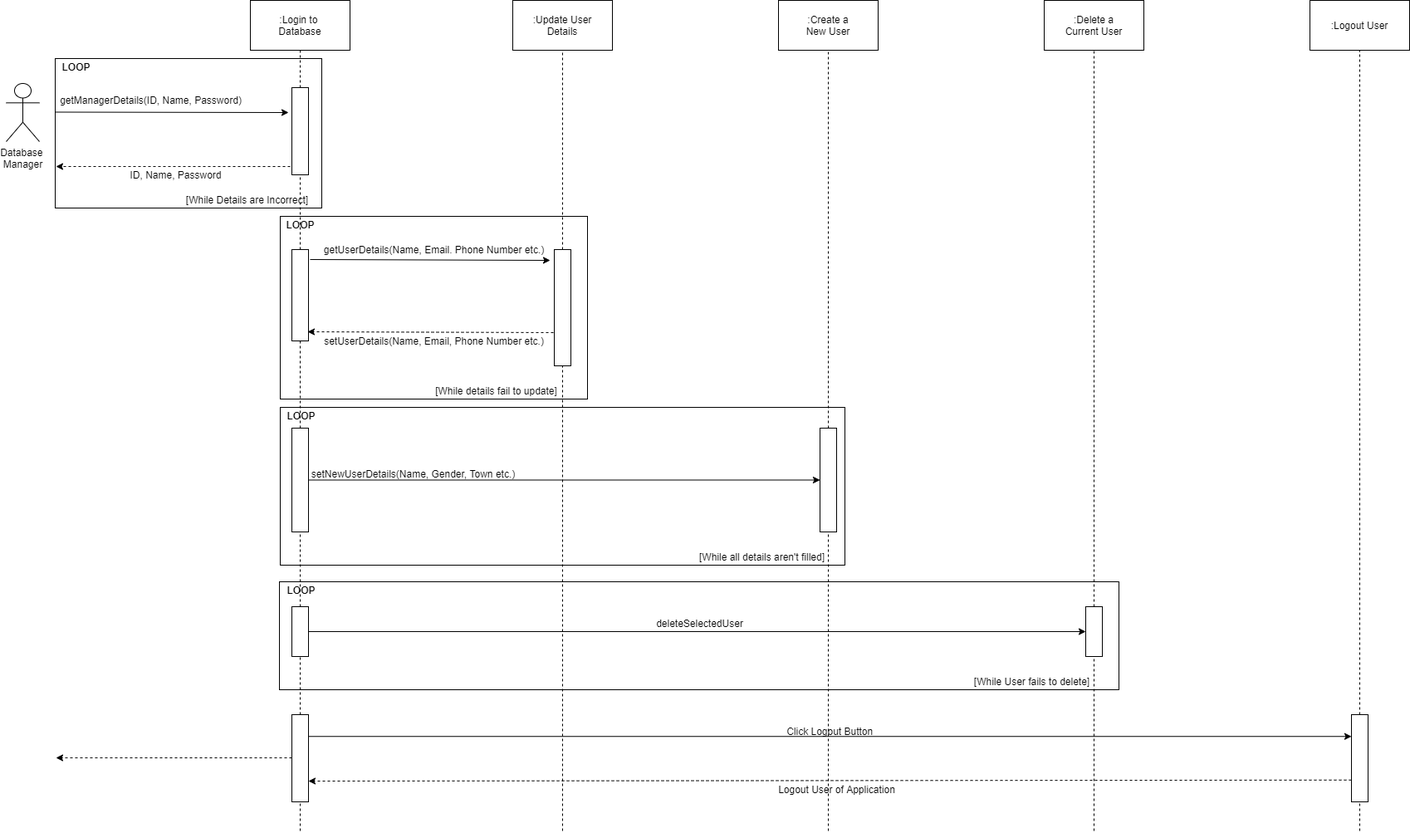
The draw.io diagram UML Diagrams/Sequence Diagram - Database Manager.png in caleb-long19/Facebook_Database_Manager, before a commit. Source tidied: cells renumbered, new cells last; positions are measured from the earlier drawing's top-left corner, leaving out a move shared by most shapes.
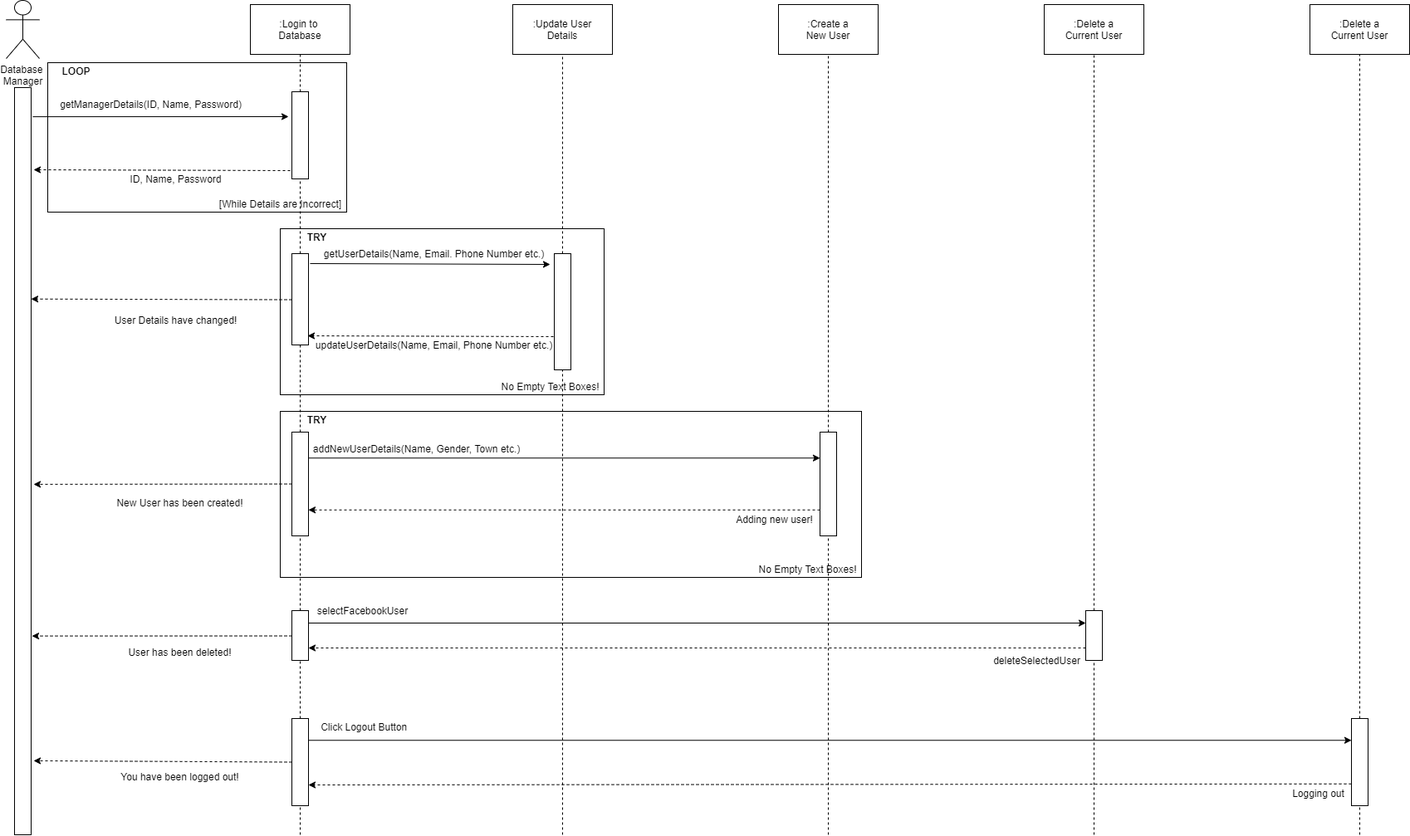
After the change.

Change to the diagram source:
```diff
@@ -2,21 +2,14 @@
   <root>
     <mxCell id="0" />
     <mxCell id="1" parent="0" />
-    <mxCell id="2" style="rounded=0;whiteSpace=wrap;html=1;fillColor=none;" parent="1" vertex="1">
-      <mxGeometry x="330" y="260" width="370" height="220" as="geometry" />
-    </mxCell>
-    <mxCell id="3" style="rounded=0;whiteSpace=wrap;html=1;fillColor=none;" parent="1" vertex="1">
-      <mxGeometry x="329" y="700" width="1011" height="130" as="geometry" />
-    </mxCell>
     <mxCell id="4" style="rounded=0;whiteSpace=wrap;html=1;fillColor=none;" parent="1" vertex="1">
-      <mxGeometry x="59" y="70" width="321" height="180" as="geometry" />
+      <mxGeometry x="50" y="70" width="360" height="180" as="geometry" />
     </mxCell>
     <mxCell id="5" value="Database &lt;br&gt;Manager" style="shape=umlActor;verticalLabelPosition=bottom;labelBackgroundColor=#ffffff;verticalAlign=top;html=1;" parent="1" vertex="1">
-      <mxGeometry y="100" width="40" height="70" as="geometry" />
+      <mxGeometry y="-5" width="40" height="70" as="geometry" />
     </mxCell>
-    <mxCell id="6" style="endArrow=classic;html=1;" parent="1" edge="1">
+    <mxCell id="6" style="endArrow=classic;html=1;exitX=1.1;exitY=0.039;exitDx=0;exitDy=0;exitPerimeter=0;" parent="1" edge="1" source="73">
       <mxGeometry relative="1" as="geometry">
-        <mxPoint x="60" y="134.5" as="sourcePoint" />
         <mxPoint x="340" y="135" as="targetPoint" />
       </mxGeometry>
     </mxCell>
@@ -29,10 +22,8 @@
     <mxCell id="9" value="getManagerDetails(ID, Name, Password)" style="text;html=1;align=center;verticalAlign=middle;" parent="1" vertex="1">
       <mxGeometry x="59" y="110" width="230" height="20" as="geometry" />
     </mxCell>
-    <mxCell id="10" style="endArrow=classic;html=1;dashed=1;exitX=-0.1;exitY=0.905;exitDx=0;exitDy=0;exitPerimeter=0;" parent="1" edge="1" source="14">
-      <mxGeometry relative="1" as="geometry">
-        <mxPoint x="60" y="200" as="targetPoint" />
-      </mxGeometry>
+    <mxCell id="10" style="endArrow=classic;html=1;dashed=1;exitX=-0.1;exitY=0.905;exitDx=0;exitDy=0;exitPerimeter=0;entryX=1.15;entryY=0.11;entryDx=0;entryDy=0;entryPerimeter=0;" parent="1" edge="1" source="14" target="73">
+      <mxGeometry relative="1" as="geometry" />
     </mxCell>
     <mxCell id="11" value="ID, Name, Password" style="text;html=1;align=center;verticalAlign=middle;" parent="1" vertex="1">
       <mxGeometry x="139" y="200" width="130" height="20" as="geometry" />
@@ -41,7 +32,7 @@
       <mxGeometry x="59" y="70" width="50" height="20" as="geometry" />
     </mxCell>
     <mxCell id="13" value="[While Details are Incorrect]" style="text;html=1;align=center;verticalAlign=middle;" parent="1" vertex="1">
-      <mxGeometry x="210" y="230" width="160" height="20" as="geometry" />
+      <mxGeometry x="250" y="230" width="160" height="20" as="geometry" />
     </mxCell>
     <mxCell id="14" style="rounded=0;whiteSpace=wrap;html=1;fillColor=none;" parent="1" vertex="1">
       <mxGeometry x="344" y="105" width="20" height="105" as="geometry" />
@@ -91,17 +82,11 @@
         <mxPoint x="659" y="400" as="sourcePoint" />
       </mxGeometry>
     </mxCell>
-    <mxCell id="28" value="&lt;b&gt;LOOP&lt;/b&gt;" style="text;html=1;align=center;verticalAlign=middle;" parent="1" vertex="1">
-      <mxGeometry x="329" y="260" width="50" height="20" as="geometry" />
-    </mxCell>
-    <mxCell id="29" value="[While details fail to update]" style="text;html=1;align=center;verticalAlign=middle;" parent="1" vertex="1">
-      <mxGeometry x="510" y="460" width="160" height="20" as="geometry" />
-    </mxCell>
     <mxCell id="30" value="getUserDetails(Name, Email. Phone Number etc.)" style="text;html=1;align=center;verticalAlign=middle;" parent="1" vertex="1">
       <mxGeometry x="375" y="290" width="280" height="20" as="geometry" />
     </mxCell>
-    <mxCell id="31" value="setUserDetails(Name, Email, Phone Number etc.)" style="text;html=1;align=center;verticalAlign=middle;" parent="1" vertex="1">
-      <mxGeometry x="375" y="400" width="280" height="20" as="geometry" />
+    <mxCell id="31" value="updateUserDetails(Name, Email, Phone Number etc.)" style="text;html=1;align=center;verticalAlign=middle;" parent="1" vertex="1">
+      <mxGeometry x="365" y="400" width="300" height="20" as="geometry" />
     </mxCell>
     <mxCell id="32" style="rounded=0;whiteSpace=wrap;html=1;fillColor=#ffffff;" parent="1" vertex="1">
       <mxGeometry x="344" y="515" width="20" height="125" as="geometry" />
@@ -117,21 +102,12 @@
         <mxPoint x="990" y="1000" as="sourcePoint" />
       </mxGeometry>
     </mxCell>
-    <mxCell id="36" style="endArrow=classic;html=1;exitX=1;exitY=0.5;exitDx=0;exitDy=0;entryX=0;entryY=0.5;entryDx=0;entryDy=0;" parent="1" edge="1" source="32" target="34">
+    <mxCell id="36" style="endArrow=classic;html=1;exitX=1;exitY=0.25;exitDx=0;exitDy=0;entryX=0;entryY=0.25;entryDx=0;entryDy=0;" parent="1" edge="1" source="32" target="34">
       <mxGeometry relative="1" as="geometry" />
     </mxCell>
-    <mxCell id="37" value="setNewUserDetails(Name, Gender, Town etc.)" style="text;html=1;align=center;verticalAlign=middle;" parent="1" vertex="1">
-      <mxGeometry x="360" y="560" width="260" height="20" as="geometry" />
+    <mxCell id="37" value="addNewUserDetails(Name, Gender, Town etc.)" style="text;html=1;align=center;verticalAlign=middle;" parent="1" vertex="1">
+      <mxGeometry x="364" y="525" width="260" height="20" as="geometry" />
     </mxCell>
-    <mxCell id="38" style="rounded=0;whiteSpace=wrap;html=1;fillColor=none;" parent="1" vertex="1">
-      <mxGeometry x="330" y="490" width="680" height="190" as="geometry" />
-    </mxCell>
-    <mxCell id="39" value="&lt;b&gt;LOOP&lt;/b&gt;" style="text;html=1;align=center;verticalAlign=middle;" parent="1" vertex="1">
-      <mxGeometry x="330" y="490" width="50" height="20" as="geometry" />
-    </mxCell>
-    <mxCell id="40" value="[While all details aren't filled]" style="text;html=1;align=center;verticalAlign=middle;" parent="1" vertex="1">
-      <mxGeometry x="825" y="660" width="170" height="20" as="geometry" />
-    </mxCell>
     <mxCell id="41" style="rounded=0;whiteSpace=wrap;html=1;fillColor=#ffffff;" parent="1" vertex="1">
       <mxGeometry x="1300" y="730" width="20" height="60" as="geometry" />
     </mxCell>
@@ -146,19 +122,13 @@
     <mxCell id="44" style="endArrow=none;dashed=1;html=1;entryX=0.5;entryY=1;entryDx=0;entryDy=0;" parent="1" edge="1" source="51" target="43">
       <mxGeometry relative="1" as="geometry" />
     </mxCell>
-    <mxCell id="45" style="endArrow=classic;html=1;exitX=1;exitY=0.5;exitDx=0;exitDy=0;entryX=0;entryY=0.5;entryDx=0;entryDy=0;" parent="1" edge="1" source="43" target="41">
+    <mxCell id="45" style="endArrow=classic;html=1;exitX=1;exitY=0.25;exitDx=0;exitDy=0;entryX=0;entryY=0.25;entryDx=0;entryDy=0;" parent="1" edge="1" source="43" target="41">
       <mxGeometry relative="1" as="geometry" />
     </mxCell>
-    <mxCell id="46" value="deleteSelectedUser" style="text;html=1;align=center;verticalAlign=middle;" parent="1" vertex="1">
-      <mxGeometry x="775" y="740" width="120" height="20" as="geometry" />
+    <mxCell id="46" value="selectFacebookUser" style="text;html=1;align=center;verticalAlign=middle;" parent="1" vertex="1">
+      <mxGeometry x="369" y="720" width="120" height="20" as="geometry" />
     </mxCell>
-    <mxCell id="47" value="&lt;b&gt;LOOP&lt;/b&gt;" style="text;html=1;align=center;verticalAlign=middle;" parent="1" vertex="1">
-      <mxGeometry x="330" y="700" width="50" height="20" as="geometry" />
-    </mxCell>
-    <mxCell id="48" value="[While User fails to delete]" style="text;html=1;align=center;verticalAlign=middle;" parent="1" vertex="1">
-      <mxGeometry x="1160" y="810" width="150" height="20" as="geometry" />
-    </mxCell>
-    <mxCell id="49" value=":Logout User" style="rounded=0;whiteSpace=wrap;html=1;fillColor=#ffffff;" parent="1" vertex="1">
+    <mxCell id="49" value=":Delete a&lt;br&gt;Current User" style="rounded=0;whiteSpace=wrap;html=1;fillColor=#ffffff;" parent="1" vertex="1">
       <mxGeometry x="1570" width="120" height="60" as="geometry" />
     </mxCell>
     <mxCell id="50" style="endArrow=none;dashed=1;html=1;entryX=0.5;entryY=1;entryDx=0;entryDy=0;" parent="1" edge="1" source="53">
@@ -191,16 +161,75 @@
       </mxGeometry>
     </mxCell>
     <mxCell id="57" value="&amp;nbsp;Click Logout Button" style="text;html=1;align=center;verticalAlign=middle;" parent="1" vertex="1">
-      <mxGeometry x="930" y="870" width="120" height="20" as="geometry" />
+      <mxGeometry x="369" y="860" width="120" height="20" as="geometry" />
     </mxCell>
-    <mxCell id="58" value="Logout User of Application" style="text;html=1;align=center;verticalAlign=middle;" parent="1" vertex="1">
-      <mxGeometry x="920" y="940" width="160" height="20" as="geometry" />
-    </mxCell>
-    <mxCell id="59" style="endArrow=classic;html=1;dashed=1;" parent="1" edge="1">
-      <mxGeometry relative="1" as="geometry">
-        <mxPoint x="344" y="912" as="sourcePoint" />
-        <mxPoint x="60" y="912" as="targetPoint" />
-      </mxGeometry>
-    </mxCell>
+    <mxCell id="60" style="endArrow=classic;html=1;dashed=1;entryX=1;entryY=0.283;entryDx=0;entryDy=0;entryPerimeter=0;" parent="1" edge="1" target="73">
+      <mxGeometry relative="1" as="geometry">
+        <mxPoint x="344" y="355.5" as="sourcePoint" />
+      </mxGeometry>
+    </mxCell>
+    <mxCell id="61" value="User Details have changed!" style="text;html=1;align=center;verticalAlign=middle;" parent="1" vertex="1">
+      <mxGeometry x="124" y="370" width="160" height="20" as="geometry" />
+    </mxCell>
+    <mxCell id="62" style="endArrow=classic;html=1;dashed=1;entryX=1.15;entryY=0.531;entryDx=0;entryDy=0;entryPerimeter=0;" parent="1" edge="1" target="73">
+      <mxGeometry relative="1" as="geometry">
+        <mxPoint x="344" y="577.5" as="sourcePoint" />
+      </mxGeometry>
+    </mxCell>
+    <mxCell id="63" style="endArrow=classic;html=1;dashed=1;exitX=0;exitY=0.75;exitDx=0;exitDy=0;entryX=1;entryY=0.75;entryDx=0;entryDy=0;" parent="1" edge="1" source="34" target="32">
+      <mxGeometry relative="1" as="geometry" />
+    </mxCell>
+    <mxCell id="64" value="New User has been created!" style="text;html=1;align=center;verticalAlign=middle;" parent="1" vertex="1">
+      <mxGeometry x="124" y="590" width="170" height="20" as="geometry" />
+    </mxCell>
+    <mxCell id="65" style="endArrow=classic;html=1;dashed=1;entryX=1.05;entryY=0.734;entryDx=0;entryDy=0;entryPerimeter=0;" parent="1" edge="1" target="73">
+      <mxGeometry relative="1" as="geometry">
+        <mxPoint x="344" y="760.5" as="sourcePoint" />
+      </mxGeometry>
+    </mxCell>
+    <mxCell id="66" style="endArrow=classic;html=1;dashed=1;exitX=0;exitY=0.75;exitDx=0;exitDy=0;entryX=1;entryY=0.75;entryDx=0;entryDy=0;" parent="1" edge="1" source="41" target="43">
+      <mxGeometry relative="1" as="geometry" />
+    </mxCell>
+    <mxCell id="67" value="Adding new user!" style="text;html=1;align=center;verticalAlign=middle;" parent="1" vertex="1">
+      <mxGeometry x="870" y="610" width="110" height="20" as="geometry" />
+    </mxCell>
+    <mxCell id="68" value="deleteSelectedUser" style="text;html=1;align=center;verticalAlign=middle;" parent="1" vertex="1">
+      <mxGeometry x="1181" y="780" width="120" height="20" as="geometry" />
+    </mxCell>
+    <mxCell id="69" value="User has been deleted!" style="text;html=1;align=center;verticalAlign=middle;" parent="1" vertex="1">
+      <mxGeometry x="139" y="770" width="140" height="20" as="geometry" />
+    </mxCell>
+    <mxCell id="70" style="endArrow=classic;html=1;dashed=1;entryX=1.15;entryY=0.901;entryDx=0;entryDy=0;entryPerimeter=0;" parent="1" edge="1" target="73">
+      <mxGeometry relative="1" as="geometry">
+        <mxPoint x="344" y="912.5" as="sourcePoint" />
+      </mxGeometry>
+    </mxCell>
+    <mxCell id="71" value="You have been logged out!" style="text;html=1;align=center;verticalAlign=middle;" parent="1" vertex="1">
+      <mxGeometry x="129" y="920" width="160" height="20" as="geometry" />
+    </mxCell>
+    <mxCell id="72" value="Logging out" style="text;html=1;align=center;verticalAlign=middle;" parent="1" vertex="1">
+      <mxGeometry x="1540" y="940" width="80" height="20" as="geometry" />
+    </mxCell>
+    <mxCell id="73" style="rounded=0;whiteSpace=wrap;html=1;fillColor=#ffffff;" parent="1" vertex="1">
+      <mxGeometry x="10" y="100" width="20" height="900" as="geometry" />
+    </mxCell>
+    <mxCell id="74" style="rounded=0;whiteSpace=wrap;html=1;fillColor=none;" parent="1" vertex="1">
+      <mxGeometry x="330" y="270" width="390" height="200" as="geometry" />
+    </mxCell>
+    <mxCell id="75" value="TRY" style="text;html=1;align=center;verticalAlign=middle;fontStyle=1;" parent="1" vertex="1">
+      <mxGeometry x="354" y="270" width="40" height="20" as="geometry" />
+    </mxCell>
+    <mxCell id="76" value="No Empty Text Boxes!" style="text;html=1;align=center;verticalAlign=middle;" parent="1" vertex="1">
+      <mxGeometry x="590" y="450" width="130" height="20" as="geometry" />
+    </mxCell>
+    <mxCell id="77" style="rounded=0;whiteSpace=wrap;html=1;fillColor=none;" parent="1" vertex="1">
+      <mxGeometry x="330" y="490" width="700" height="200" as="geometry" />
+    </mxCell>
+    <mxCell id="78" value="TRY" style="text;html=1;align=center;verticalAlign=middle;fontStyle=1;" parent="1" vertex="1">
+      <mxGeometry x="354" y="490" width="40" height="20" as="geometry" />
+    </mxCell>
+    <mxCell id="79" value="No Empty Text Boxes!" style="text;html=1;align=center;verticalAlign=middle;" parent="1" vertex="1">
+      <mxGeometry x="900" y="670" width="130" height="20" as="geometry" />
+    </mxCell>
   </root>
 </mxGraphModel>
```
